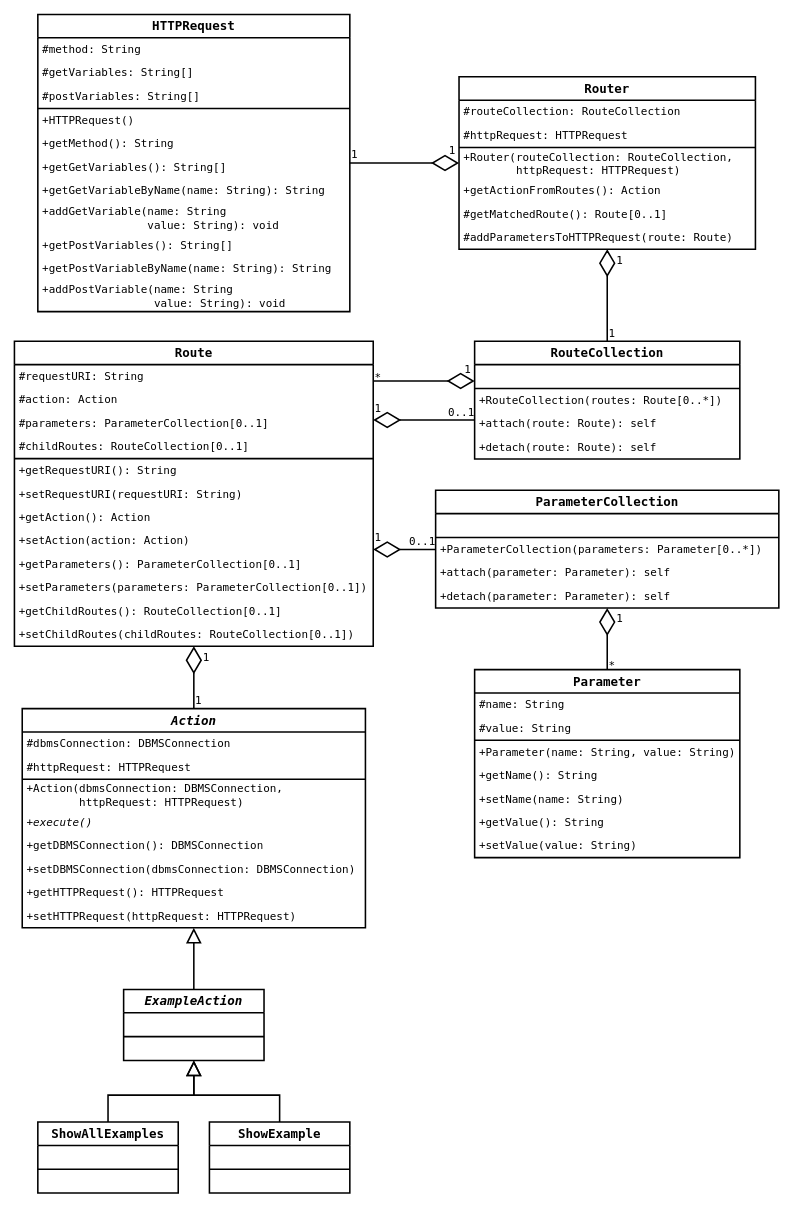
Earlier version of the draw.io diagram page "routing" (6 of 7) of docs/uml/PHPeacock.drawio (AntoineToPHPin/PHPeacock). Source tidied: cells renumbered, new cells numbered last; positions are measured from the earlier drawing's top-left corner, leaving out a move shared by most shapes. Both pictures are drawn from the tidied source at 78%, with x=0, y=0 at pixel (14, 14).
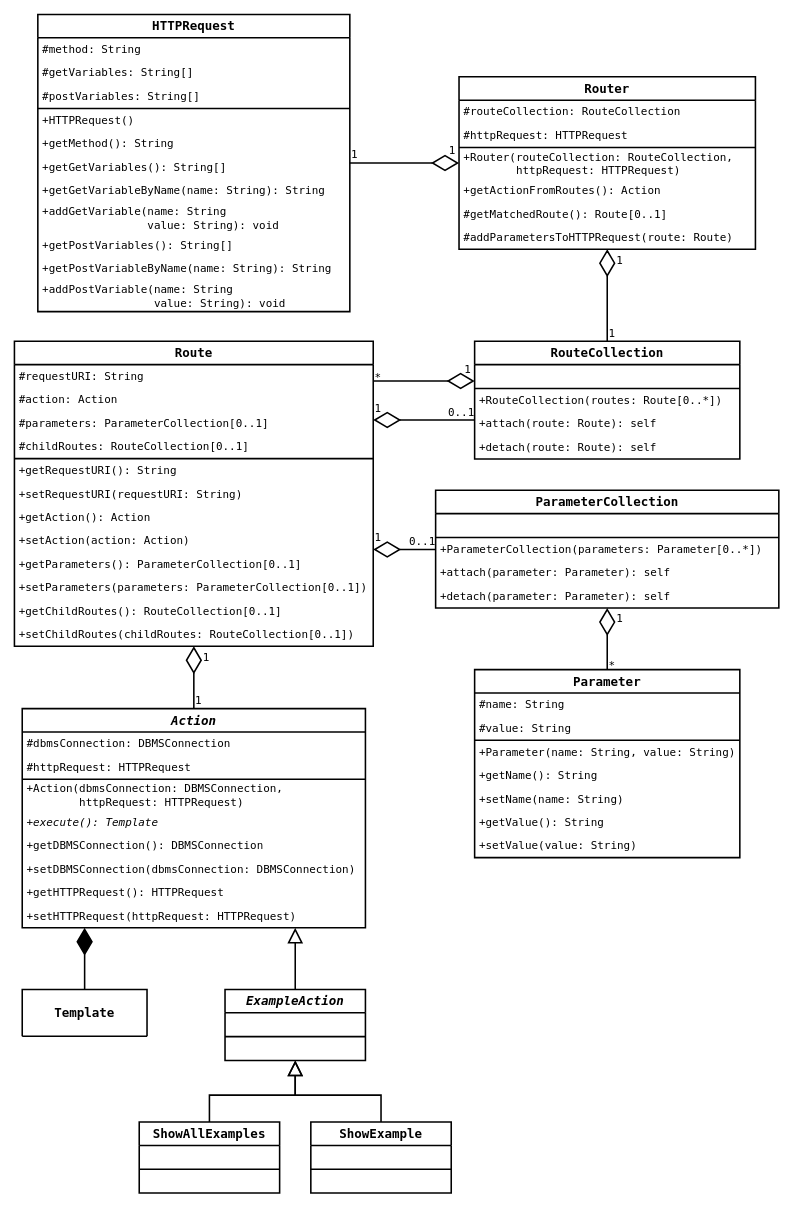
Above is the later version.

Commit message (it also covers changes not shown here):
features/template: Documentation

Unchanged cells that the change refers to:
```xml
<mxCell id="2" value="&lt;i&gt;Action&lt;/i&gt;" style="swimlane;fontStyle=1;align=center;verticalAlign=middle;horizontal=1;startSize=30;fontSize=16;fontFamily=Lucida Console;strokeWidth=2;swimlaneLine=1;rounded=0;shadow=0;glass=0;swimlaneFillColor=none;fillColor=none;labelBackgroundColor=none;labelBorderColor=none;whiteSpace=wrap;html=1;noLabel=0;movableLabel=0;comic=0;" parent="1" vertex="1">
  <mxGeometry x="10" y="890" width="440" height="281" as="geometry" />
</mxCell>
```

What changed in the source:
```diff
@@
-    <mxCell id="7" value="+execute()" style="text;strokeColor=none;fillColor=none;align=left;verticalAlign=middle;spacingLeft=4;spacingRight=4;overflow=hidden;fontSize=14;fontFamily=Lucida Console;whiteSpace=wrap;html=1;fontStyle=2;" parent="2" vertex="1">
+    <mxCell id="7" value="+execute(): Template" style="text;strokeColor=none;fillColor=none;align=left;verticalAlign=middle;spacingLeft=4;spacingRight=4;overflow=hidden;fontSize=14;fontFamily=Lucida Console;whiteSpace=wrap;html=1;fontStyle=2;" parent="2" vertex="1">
       <mxGeometry y="131" width="440" height="30" as="geometry" />
     </mxCell>
@@
     <mxCell id="12" value="&lt;i&gt;ExampleAction&lt;/i&gt;" style="swimlane;fontStyle=1;align=center;verticalAlign=middle;horizontal=1;startSize=30;fontSize=16;fontFamily=Lucida Console;strokeWidth=2;swimlaneLine=1;rounded=0;shadow=0;glass=0;swimlaneFillColor=none;fillColor=none;labelBackgroundColor=none;labelBorderColor=none;whiteSpace=wrap;html=1;noLabel=0;movableLabel=0;comic=0;" parent="1" vertex="1">
-      <mxGeometry x="140" y="1250" width="180" height="91" as="geometry" />
+      <mxGeometry x="270" y="1250" width="180" height="91" as="geometry" />
     </mxCell>
@@
     <mxCell id="16" style="edgeStyle=orthogonalEdgeStyle;rounded=0;jettySize=auto;html=1;fontSize=14;strokeWidth=2;endArrow=block;endFill=0;anchorPointDirection=1;snapToPoint=0;fixDash=0;noJump=0;comic=0;endSize=15;startSize=5;" parent="1" edge="1" source="12" target="2">
-      <mxGeometry relative="1" as="geometry" />
+      <mxGeometry relative="1" as="geometry">
+        <Array as="points">
+          <mxPoint x="360" y="1200" />
+          <mxPoint x="360" y="1200" />
+        </Array>
+      </mxGeometry>
     </mxCell>
     <mxCell id="17" value="&lt;span&gt;ShowAllExamples&lt;/span&gt;" style="swimlane;fontStyle=1;align=center;verticalAlign=middle;horizontal=1;startSize=30;fontSize=16;fontFamily=Lucida Console;strokeWidth=2;swimlaneLine=1;rounded=0;shadow=0;glass=0;swimlaneFillColor=none;fillColor=none;labelBackgroundColor=none;labelBorderColor=none;whiteSpace=wrap;html=1;noLabel=0;movableLabel=0;comic=0;" parent="1" vertex="1">
-      <mxGeometry x="30" y="1420" width="180" height="91" as="geometry" />
+      <mxGeometry x="160" y="1420" width="180" height="91" as="geometry" />
     </mxCell>
@@
     <mxCell id="21" value="&lt;span&gt;ShowExample&lt;/span&gt;" style="swimlane;fontStyle=1;align=center;verticalAlign=middle;horizontal=1;startSize=30;fontSize=16;fontFamily=Lucida Console;strokeWidth=2;swimlaneLine=1;rounded=0;shadow=0;glass=0;swimlaneFillColor=none;fillColor=none;labelBackgroundColor=none;labelBorderColor=none;whiteSpace=wrap;html=1;noLabel=0;movableLabel=0;comic=0;" parent="1" vertex="1">
-      <mxGeometry x="250" y="1420" width="180" height="91" as="geometry" />
+      <mxGeometry x="380" y="1420" width="180" height="91" as="geometry" />
     </mxCell>
@@
+    <mxCell id="104" value="Template" style="swimlane;fontStyle=1;align=center;verticalAlign=middle;horizontal=1;startSize=90;fontSize=16;fontFamily=Lucida Console;strokeWidth=2;swimlaneLine=1;rounded=0;shadow=0;glass=0;swimlaneFillColor=none;fillColor=none;labelBackgroundColor=none;labelBorderColor=none;whiteSpace=wrap;html=1;noLabel=0;movableLabel=0;comic=0;" parent="1" vertex="1">
+      <mxGeometry x="10" y="1250" width="160" height="60" as="geometry" />
+    </mxCell>
+    <mxCell id="105" style="endArrow=none;html=1;strokeWidth=2;fontFamily=Lucida Console;fontSize=14;rounded=0;startArrow=diamondThin;startFill=1;startSize=30;edgeStyle=orthogonalEdgeStyle;endSize=5;" parent="1" edge="1" source="2" target="104">
+      <mxGeometry relative="1" as="geometry">
+        <Array as="points">
+          <mxPoint x="90" y="1210" />
+          <mxPoint x="90" y="1210" />
+        </Array>
+      </mxGeometry>
+    </mxCell>
```
